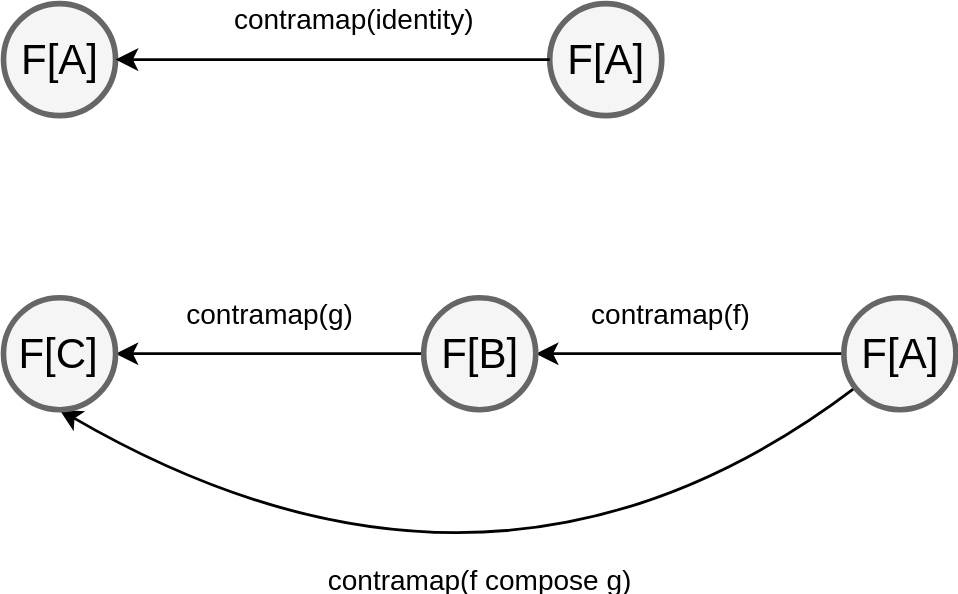
lemastero/scala_typeclassopedia keeps this draw.io diagram as img/contravariant_laws.svg. Above is the earlier version. Source tidied: cells renumbered, new cells last; positions are measured from the earlier drawing's top-left corner, leaving out a move shared by most shapes.
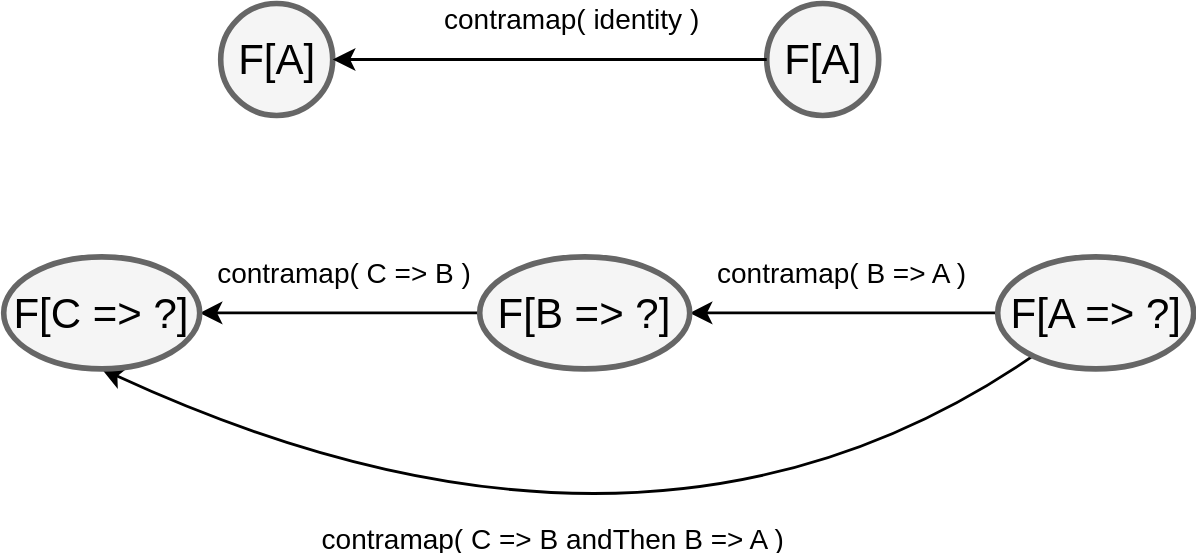
The same file after the commit.

The edit, as a diff of the source:
```diff
@@ -5,7 +5,7 @@
     <mxCell id="2" style="edgeStyle=none;curved=1;html=1;startSize=10;endArrow=classic;endFill=1;endSize=10;strokeColor=#000000;strokeWidth=2;fontSize=12;entryX=1;entryY=0.5;entryDx=0;entryDy=0;" parent="1" edge="1" source="9" target="6">
       <mxGeometry relative="1" as="geometry" />
     </mxCell>
-    <mxCell id="3" value="contramap(g)" style="text;html=1;align=center;verticalAlign=middle;labelBackgroundColor=none;fontSize=20;" parent="2" vertex="1">
+    <mxCell id="3" value="contramap( C =&amp;gt; B )" style="text;html=1;align=center;verticalAlign=middle;labelBackgroundColor=none;fontSize=20;" parent="2" vertex="1">
       <mxGeometry x="0.25" y="-5" relative="1" as="geometry">
         <mxPoint x="28" y="-25" as="offset" />
       </mxGeometry>
@@ -17,38 +17,38 @@
         </Array>
       </mxGeometry>
     </mxCell>
-    <mxCell id="5" value="contramap(f compose g)" style="text;html=1;align=center;verticalAlign=middle;labelBackgroundColor=#ffffff;fontSize=20;" parent="4" vertex="1">
+    <mxCell id="5" value="&amp;nbsp;contramap( C =&amp;gt; B andThen&amp;nbsp;B =&amp;gt; A )" style="text;html=1;align=center;verticalAlign=middle;labelBackgroundColor=#ffffff;fontSize=20;" parent="4" vertex="1">
       <mxGeometry x="-0.07" y="-2" relative="1" as="geometry">
-        <mxPoint x="-15" y="-53.5" as="offset" />
+        <mxPoint x="-53.5" y="-50" as="offset" />
       </mxGeometry>
     </mxCell>
-    <mxCell id="6" value="F[C]" style="ellipse;whiteSpace=wrap;html=1;rounded=0;shadow=0;strokeColor=#666666;strokeWidth=4;fontSize=30;align=center;fillColor=#f5f5f5;" parent="1" vertex="1">
-      <mxGeometry y="210" width="80" height="80" as="geometry" />
+    <mxCell id="6" value="F[C =&amp;gt; ?]" style="ellipse;whiteSpace=wrap;html=1;rounded=0;shadow=0;strokeColor=#666666;strokeWidth=4;fontSize=30;align=center;fillColor=#f5f5f5;" parent="1" vertex="1">
+      <mxGeometry x="-110" y="210" width="140" height="80" as="geometry" />
     </mxCell>
     <mxCell id="7" style="edgeStyle=none;curved=1;html=1;startSize=10;endFill=1;endSize=10;strokeWidth=2;fontSize=12;entryX=1;entryY=0.5;entryDx=0;entryDy=0;" parent="1" edge="1" source="10" target="9">
       <mxGeometry relative="1" as="geometry" />
     </mxCell>
-    <mxCell id="8" value="contramap(f)" style="text;html=1;align=center;verticalAlign=middle;labelBackgroundColor=#ffffff;fontSize=20;" parent="7" vertex="1">
+    <mxCell id="8" value="contramap( B =&amp;gt; A )" style="text;html=1;align=center;verticalAlign=middle;labelBackgroundColor=#ffffff;fontSize=20;" parent="7" vertex="1">
       <mxGeometry x="0.15" relative="1" as="geometry">
-        <mxPoint x="3" y="-30" as="offset" />
+        <mxPoint x="17" y="-30" as="offset" />
       </mxGeometry>
     </mxCell>
-    <mxCell id="9" value="F[B]" style="ellipse;whiteSpace=wrap;html=1;rounded=0;shadow=0;strokeColor=#666666;strokeWidth=4;fontSize=30;align=center;fillColor=#f5f5f5;" parent="1" vertex="1">
-      <mxGeometry x="300" y="210" width="80" height="80" as="geometry" />
+    <mxCell id="9" value="F[B =&amp;gt; ?]" style="ellipse;whiteSpace=wrap;html=1;rounded=0;shadow=0;strokeColor=#666666;strokeWidth=4;fontSize=30;align=center;fillColor=#f5f5f5;" parent="1" vertex="1">
+      <mxGeometry x="230" y="210" width="150" height="80" as="geometry" />
     </mxCell>
-    <mxCell id="10" value="F[A]" style="ellipse;whiteSpace=wrap;html=1;rounded=0;shadow=0;strokeColor=#666666;strokeWidth=4;fontSize=30;align=center;fillColor=#f5f5f5;" parent="1" vertex="1">
-      <mxGeometry x="600" y="210" width="80" height="80" as="geometry" />
+    <mxCell id="10" value="F[A =&amp;gt; ?]" style="ellipse;whiteSpace=wrap;html=1;rounded=0;shadow=0;strokeColor=#666666;strokeWidth=4;fontSize=30;align=center;fillColor=#f5f5f5;" parent="1" vertex="1">
+      <mxGeometry x="600" y="210" width="140" height="80" as="geometry" />
     </mxCell>
     <mxCell id="11" value="F[A]" style="ellipse;whiteSpace=wrap;html=1;rounded=0;shadow=0;strokeColor=#666666;strokeWidth=4;fontSize=30;align=center;fillColor=#f5f5f5;" parent="1" vertex="1">
-      <mxGeometry width="80" height="80" as="geometry" />
+      <mxGeometry x="45" y="29" width="80" height="80" as="geometry" />
     </mxCell>
     <mxCell id="12" value="F[A]" style="ellipse;whiteSpace=wrap;html=1;rounded=0;shadow=0;strokeColor=#666666;strokeWidth=4;fontSize=30;align=center;fillColor=#f5f5f5;" parent="1" vertex="1">
-      <mxGeometry x="390" width="80" height="80" as="geometry" />
+      <mxGeometry x="435" y="29" width="80" height="80" as="geometry" />
     </mxCell>
     <mxCell id="13" style="edgeStyle=none;curved=1;html=1;startSize=10;endArrow=classic;endFill=1;endSize=10;strokeColor=#000000;strokeWidth=2;fontSize=12;exitX=0;exitY=0.5;exitDx=0;exitDy=0;entryX=1;entryY=0.5;entryDx=0;entryDy=0;" parent="1" edge="1" source="12" target="11">
       <mxGeometry relative="1" as="geometry" />
     </mxCell>
-    <mxCell id="14" value="contramap(identity)" style="text;html=1;align=center;verticalAlign=middle;labelBackgroundColor=none;fontSize=20;" parent="13" vertex="1">
+    <mxCell id="14" value="contramap( identity )" style="text;html=1;align=center;verticalAlign=middle;labelBackgroundColor=none;fontSize=20;" parent="13" vertex="1">
       <mxGeometry x="0.25" y="-5" relative="1" as="geometry">
         <mxPoint x="54" y="-25" as="offset" />
       </mxGeometry>
```
